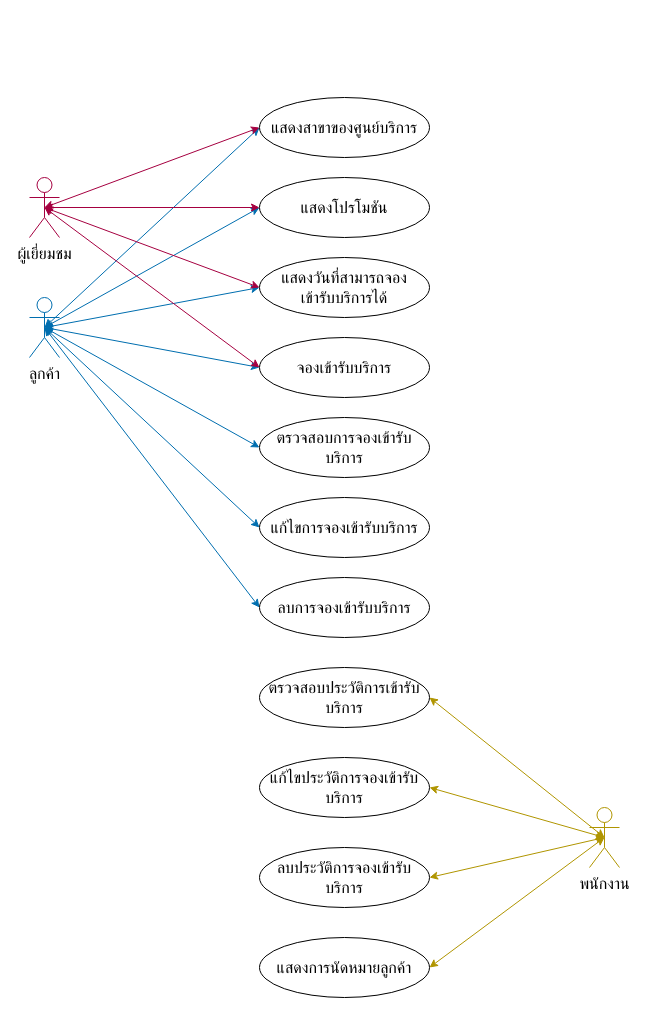
The draw.io diagram document/use case/test.drawio in nuannim/tyre-out, before the edit. Source tidied: cells renumbered, new cells numbered last; positions are measured from the earlier drawing's top-left corner, leaving out a move shared by most shapes. Both pictures are drawn from the tidied source at 100%, with x=0, y=0 at pixel (29, 97).
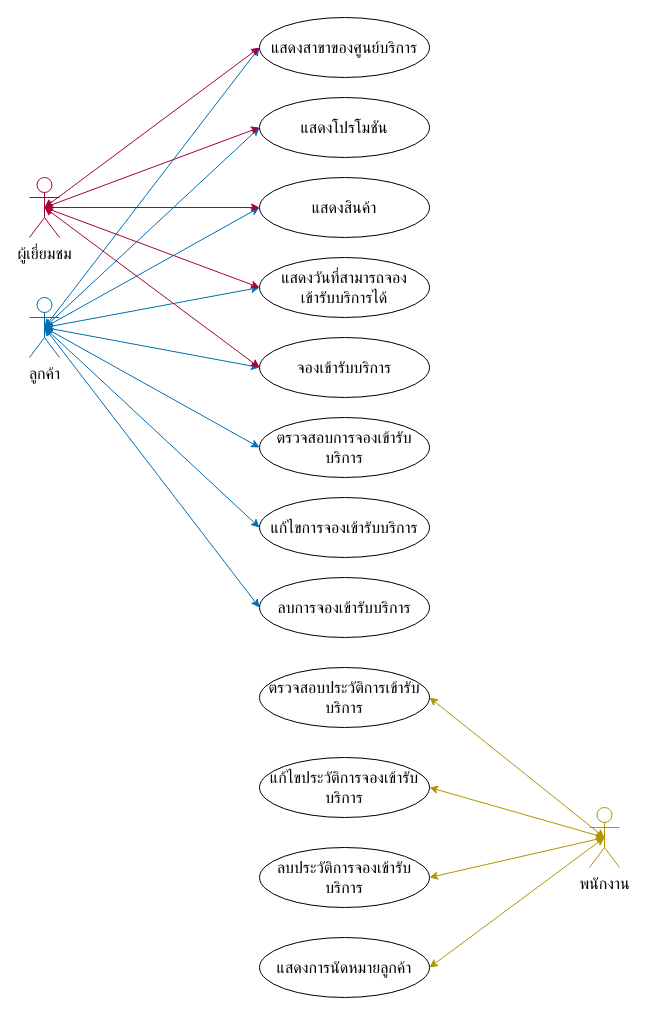
After the change.

The change refers to these unchanged cells:
```xml
<mxCell id="9" value="ลูกค้า" style="shape=umlActor;verticalLabelPosition=bottom;verticalAlign=top;html=1;outlineConnect=0;fillColor=none;fontColor=#000000;strokeColor=#006EAF;fontFamily=th sarabunPSK;fontSize=16;rounded=1;" parent="1" vertex="1">
  <mxGeometry y="200" width="30" height="60" as="geometry" />
</mxCell>
<mxCell id="14" value="ผู้เยี่ยมชม" style="shape=umlActor;verticalLabelPosition=bottom;verticalAlign=top;html=1;outlineConnect=0;fillColor=none;fontColor=#000000;strokeColor=#A50040;fontFamily=th sarabunPSK;fontSize=16;rounded=1;" parent="1" vertex="1">
  <mxGeometry y="80" width="30" height="60" as="geometry" />
</mxCell>
```

The edit, as a diff of the source:
```diff
@@
+    <mxCell id="31" style="edgeStyle=none;html=1;exitX=0.5;exitY=0.5;exitDx=0;exitDy=0;exitPerimeter=0;strokeColor=#006EAF;" parent="1" edge="1" source="9">
+      <mxGeometry relative="1" as="geometry">
+        <mxPoint x="230" y="110" as="targetPoint" />
+      </mxGeometry>
+    </mxCell>
@@
+    <mxCell id="32" style="edgeStyle=none;html=1;exitX=0.5;exitY=0.5;exitDx=0;exitDy=0;exitPerimeter=0;strokeColor=#A50040;" parent="1" edge="1" source="14" target="33">
+      <mxGeometry relative="1" as="geometry" />
+    </mxCell>
@@
     <mxCell id="28" value="แสดงสาขาของศูนย์บริการ" style="ellipse;whiteSpace=wrap;html=1;fontFamily=th sarabunPSK;fontSize=16;rounded=1;" parent="1" vertex="1">
-      <mxGeometry x="230" width="170" height="60" as="geometry" />
+      <mxGeometry x="230" y="-80" width="170" height="60" as="geometry" />
     </mxCell>
     <mxCell id="29" value="แสดงโปรโมชัน" style="ellipse;whiteSpace=wrap;html=1;fontFamily=th sarabunPSK;fontSize=16;rounded=1;" parent="1" vertex="1">
-      <mxGeometry x="230" y="80" width="170" height="60" as="geometry" />
+      <mxGeometry x="230" width="170" height="60" as="geometry" />
     </mxCell>
@@
+    <mxCell id="33" value="แสดงสินค้า" style="ellipse;whiteSpace=wrap;html=1;fontFamily=th sarabunPSK;fontSize=16;rounded=1;" parent="1" vertex="1">
+      <mxGeometry x="230" y="80" width="170" height="60" as="geometry" />
+    </mxCell>
```
